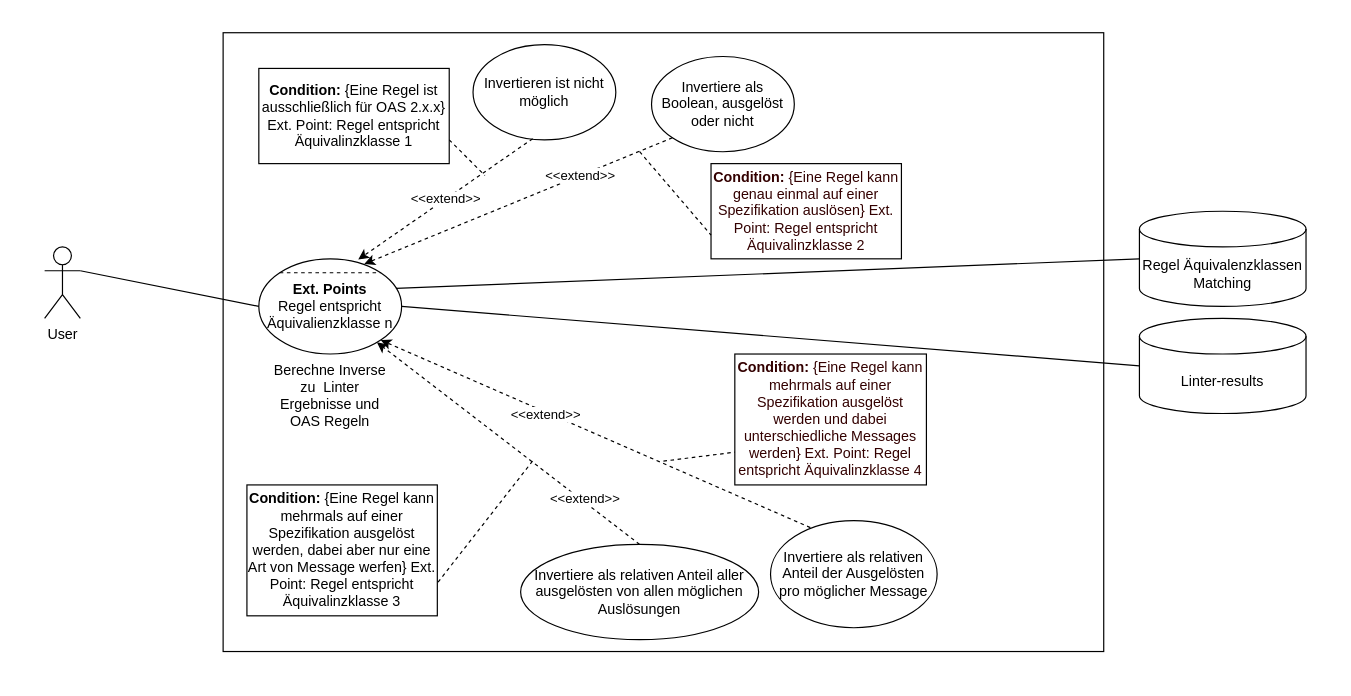
The draw.io diagram requirements/usecase/invert.drawio in paulbrenker/thesis, before the edit. Source tidied: cells renumbered, new cells numbered last; positions are measured from the earlier drawing's top-left corner, leaving out a move shared by most shapes. Both pictures are drawn from the tidied source at 119%, with x=0, y=0 at pixel (44, 32).
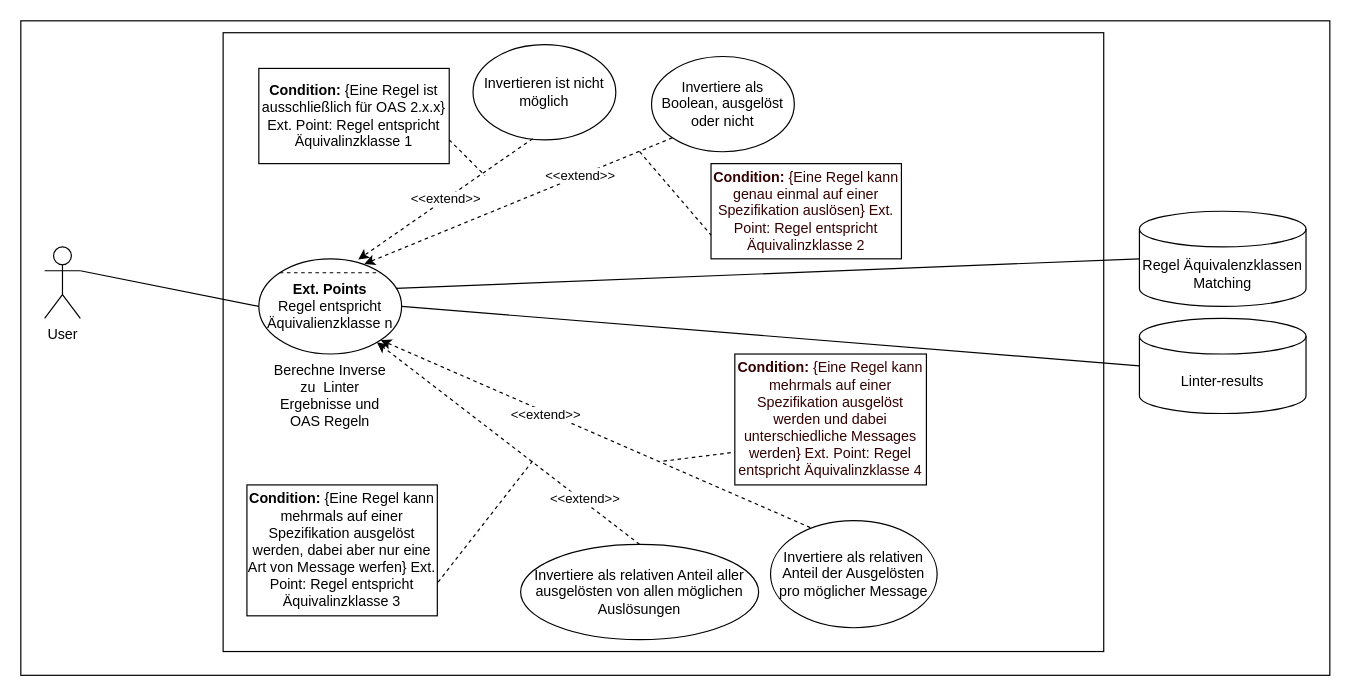
The same page after the edit.

What changed in the source:
```diff
@@
+    <mxCell id="28" style="rounded=0;whiteSpace=wrap;html=1;" parent="1" vertex="1">
+      <mxGeometry x="-20" y="-10" width="1100" height="550" as="geometry" />
+    </mxCell>
```
